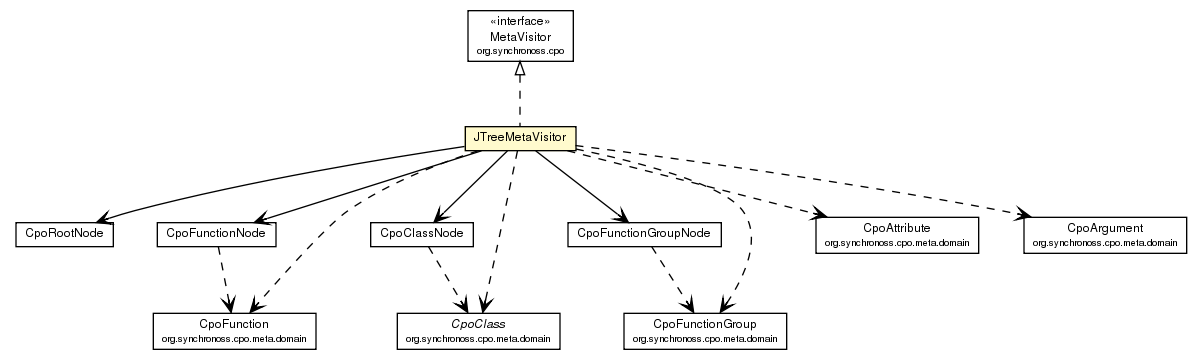
Earlier version of the Graphviz export site/apidocs/org/synchronoss/cpo/util/JTreeMetaVisitor.png (synchronoss/cpo-util). Its source is kept beside it as site/apidocs/org/synchronoss/cpo/util/JTreeMetaVisitor.dot.
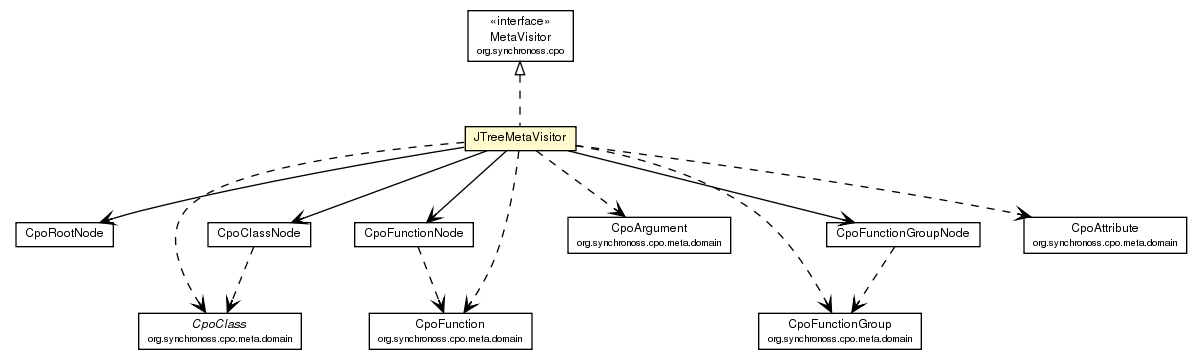
After the change.

The edit, as a diff of the source:
```diff
@@ -34,37 +34,37 @@
 	c1707:p -> c1721:p [taillabel="", label="", headlabel="", fontname="Helvetica", fontcolor="black", fontsize=10.0, color="black", arrowhead=open];
 	c1707:p -> c1765:p [taillabel="", label="", headlabel="", fontname="Helvetica", fontcolor="black", fontsize=10.0, color="black", arrowhead=open, style=dashed];
 	c1707:p -> c1766:p [taillabel="", label="", headlabel="", fontname="Helvetica", fontcolor="black", fontsize=10.0, color="black", arrowhead=open, style=dashed];
-	c1707:p -> c1768:p [taillabel="", label="", headlabel="", fontname="Helvetica", fontcolor="black", fontsize=10.0, color="black", arrowhead=open, style=dashed];
+	c1707:p -> c1767:p [taillabel="", label="", headlabel="", fontname="Helvetica", fontcolor="black", fontsize=10.0, color="black", arrowhead=open, style=dashed];
 	c1707:p -> c1769:p [taillabel="", label="", headlabel="", fontname="Helvetica", fontcolor="black", fontsize=10.0, color="black", arrowhead=open, style=dashed];
 	c1707:p -> c1770:p [taillabel="", label="", headlabel="", fontname="Helvetica", fontcolor="black", fontsize=10.0, color="black", arrowhead=open, style=dashed];
-	c1721:p -> c1765:p [taillabel="", label="", headlabel="", fontname="Helvetica", fontcolor="black", fontsize=10.0, color="black", arrowhead=open, style=dashed];
-	c1723:p -> c1766:p [taillabel="", label="", headlabel="", fontname="Helvetica", fontcolor="black", fontsize=10.0, color="black", arrowhead=open, style=dashed];
-	c1728:p -> c1768:p [taillabel="", label="", headlabel="", fontname="Helvetica", fontcolor="black", fontsize=10.0, color="black", arrowhead=open, style=dashed];
-	c1766 [label=<<table border="0" cellborder="1" cellspacing="0" cellpadding="2" port="p" href="http://java.sun.com/j2se/1.4.2/docs/api/org/synchronoss/cpo/meta/domain/CpoClass.html">
+	c1721:p -> c1767:p [taillabel="", label="", headlabel="", fontname="Helvetica", fontcolor="black", fontsize=10.0, color="black", arrowhead=open, style=dashed];
+	c1723:p -> c1765:p [taillabel="", label="", headlabel="", fontname="Helvetica", fontcolor="black", fontsize=10.0, color="black", arrowhead=open, style=dashed];
+	c1728:p -> c1769:p [taillabel="", label="", headlabel="", fontname="Helvetica", fontcolor="black", fontsize=10.0, color="black", arrowhead=open, style=dashed];
+	c1765 [label=<<table border="0" cellborder="1" cellspacing="0" cellpadding="2" port="p" href="http://java.sun.com/j2se/1.4.2/docs/api/org/synchronoss/cpo/meta/domain/CpoClass.html">
 		<tr><td><table border="0" cellspacing="0" cellpadding="1">
 			<tr><td><font face="Helvetica-Oblique"> CpoClass </font></td></tr>
 			<tr><td><font point-size="7.0"> org.synchronoss.cpo.meta.domain </font></td></tr>
 		</table></td></tr>
 		</table>>, fontname="Helvetica", fontcolor="black", fontsize=9.0];
-	c1770 [label=<<table border="0" cellborder="1" cellspacing="0" cellpadding="2" port="p" href="http://java.sun.com/j2se/1.4.2/docs/api/org/synchronoss/cpo/meta/domain/CpoArgument.html">
+	c1766 [label=<<table border="0" cellborder="1" cellspacing="0" cellpadding="2" port="p" href="http://java.sun.com/j2se/1.4.2/docs/api/org/synchronoss/cpo/meta/domain/CpoArgument.html">
 		<tr><td><table border="0" cellspacing="0" cellpadding="1">
 			<tr><td> CpoArgument </td></tr>
 			<tr><td><font point-size="7.0"> org.synchronoss.cpo.meta.domain </font></td></tr>
 		</table></td></tr>
 		</table>>, fontname="Helvetica", fontcolor="black", fontsize=9.0];
-	c1769 [label=<<table border="0" cellborder="1" cellspacing="0" cellpadding="2" port="p" href="http://java.sun.com/j2se/1.4.2/docs/api/org/synchronoss/cpo/meta/domain/CpoAttribute.html">
+	c1770 [label=<<table border="0" cellborder="1" cellspacing="0" cellpadding="2" port="p" href="http://java.sun.com/j2se/1.4.2/docs/api/org/synchronoss/cpo/meta/domain/CpoAttribute.html">
 		<tr><td><table border="0" cellspacing="0" cellpadding="1">
 			<tr><td> CpoAttribute </td></tr>
 			<tr><td><font point-size="7.0"> org.synchronoss.cpo.meta.domain </font></td></tr>
 		</table></td></tr>
 		</table>>, fontname="Helvetica", fontcolor="black", fontsize=9.0];
-	c1765 [label=<<table border="0" cellborder="1" cellspacing="0" cellpadding="2" port="p" href="http://java.sun.com/j2se/1.4.2/docs/api/org/synchronoss/cpo/meta/domain/CpoFunction.html">
+	c1767 [label=<<table border="0" cellborder="1" cellspacing="0" cellpadding="2" port="p" href="http://java.sun.com/j2se/1.4.2/docs/api/org/synchronoss/cpo/meta/domain/CpoFunction.html">
 		<tr><td><table border="0" cellspacing="0" cellpadding="1">
 			<tr><td> CpoFunction </td></tr>
 			<tr><td><font point-size="7.0"> org.synchronoss.cpo.meta.domain </font></td></tr>
 		</table></td></tr>
 		</table>>, fontname="Helvetica", fontcolor="black", fontsize=9.0];
-	c1768 [label=<<table border="0" cellborder="1" cellspacing="0" cellpadding="2" port="p" href="http://java.sun.com/j2se/1.4.2/docs/api/org/synchronoss/cpo/meta/domain/CpoFunctionGroup.html">
+	c1769 [label=<<table border="0" cellborder="1" cellspacing="0" cellpadding="2" port="p" href="http://java.sun.com/j2se/1.4.2/docs/api/org/synchronoss/cpo/meta/domain/CpoFunctionGroup.html">
 		<tr><td><table border="0" cellspacing="0" cellpadding="1">
 			<tr><td> CpoFunctionGroup </td></tr>
 			<tr><td><font point-size="7.0"> org.synchronoss.cpo.meta.domain </font></td></tr>
```
